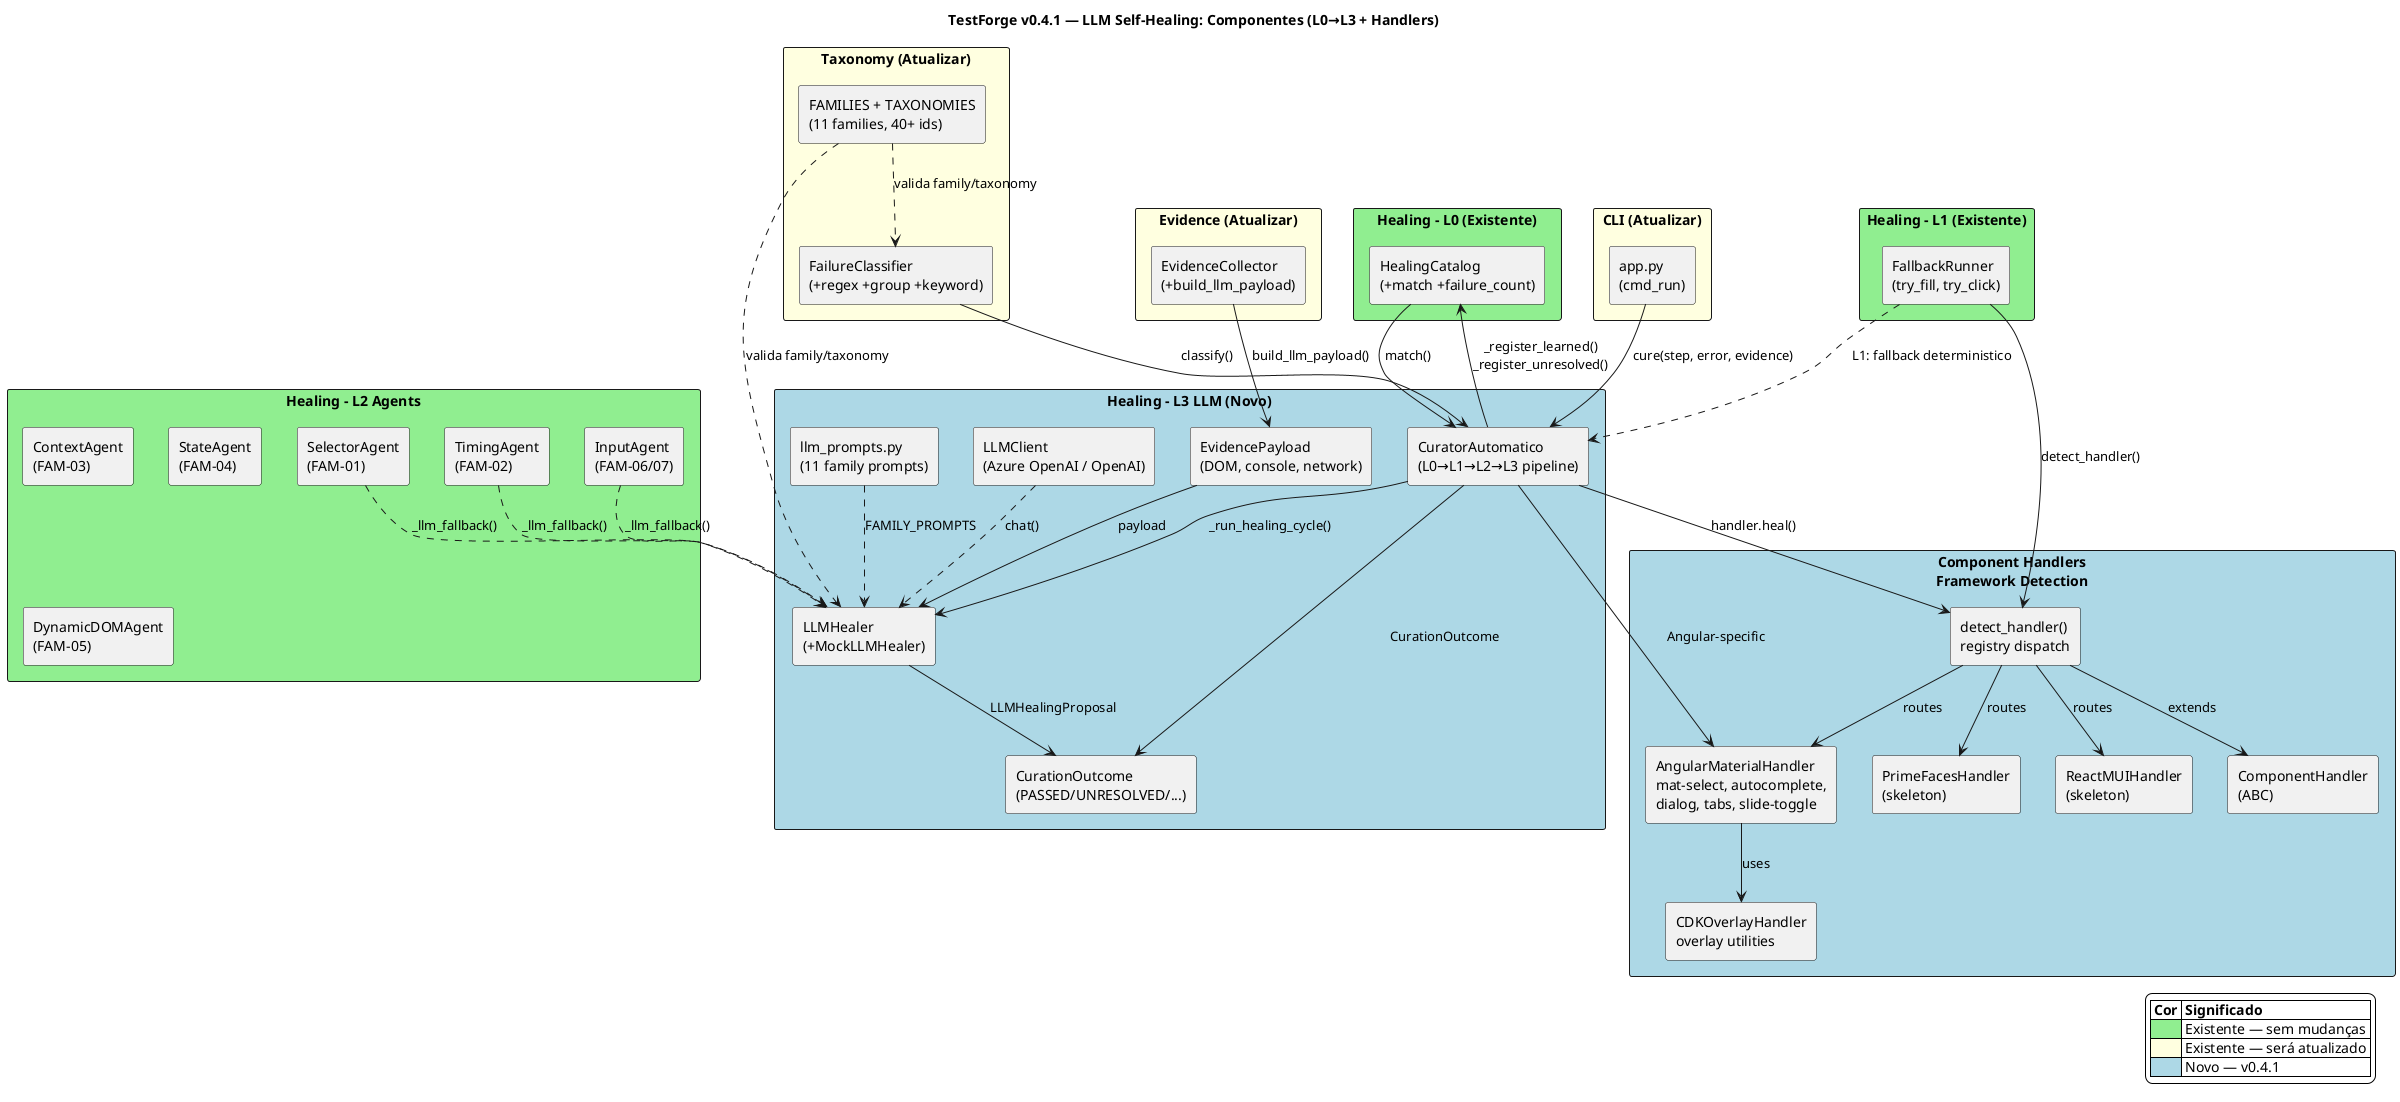
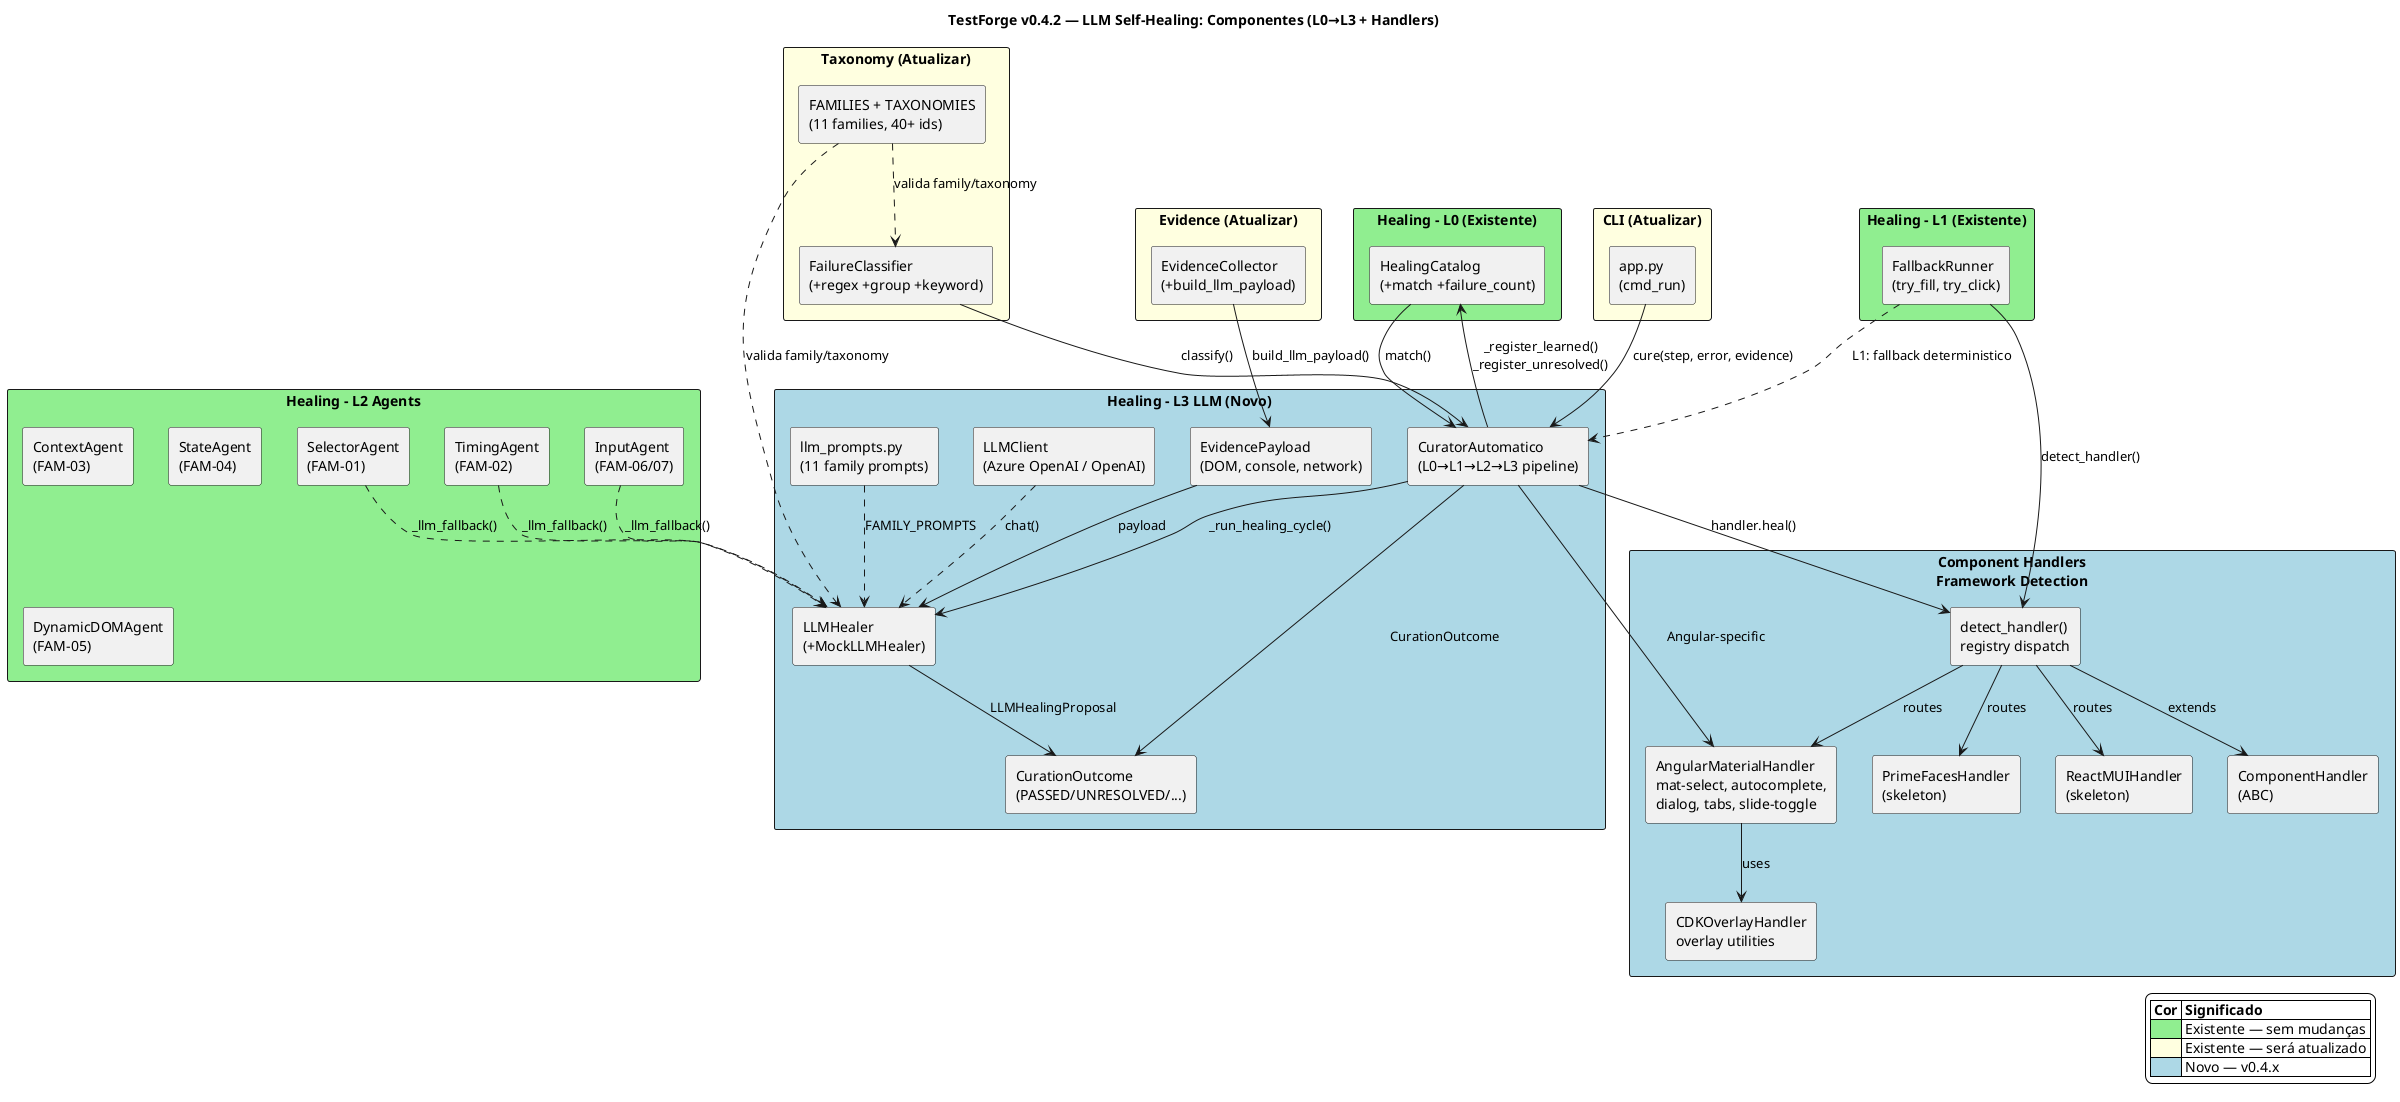
@startuml
- title TestForge v0.4.1 — LLM Self-Healing: Componentes (L0→L3 + Handlers)
+ title TestForge v0.4.2 — LLM Self-Healing: Componentes (L0→L3 + Handlers)

skinparam packageStyle rectangle
skinparam backgroundColor #FFFFFF
skinparam componentStyle rectangle

' === Módulos existentes (atualizados) ===

package "Taxonomy (Atualizar)" as taxonomy #LightYellow {
  [FailureClassifier\n(+regex +group +keyword)] as FC
  [FAMILIES + TAXONOMIES\n(11 families, 40+ ids)] as FT
}

package "Evidence (Atualizar)" as evidence #LightYellow {
  [EvidenceCollector\n(+build_llm_payload)] as EC
}

package "Healing - L0 (Existente)" as l0 #LightGreen {
  [HealingCatalog\n(+match +failure_count)] as HC
}

package "Healing - L1 (Existente)" as l1 #LightGreen {
  [FallbackRunner\n(try_fill, try_click)] as FR
}

' === Novos módulos L3 ===

package "Healing - L3 LLM (Novo)" as l3 #LightBlue {
  [LLMClient\n(Azure OpenAI / OpenAI)] as LClient
  [LLMHealer\n(+MockLLMHealer)] as LHealer
  [llm_prompts.py\n(11 family prompts)] as LPrompts
  [EvidencePayload\n(DOM, console, network)] as EPayload
  [CuratorAutomatico\n(L0→L1→L2→L3 pipeline)] as Curator
  [CurationOutcome\n(PASSED/UNRESOLVED/...)] as COutcome
}

' === Component Handlers ===

package "Component Handlers\nFramework Detection" as handlers #LightBlue {
  [ComponentHandler\n(ABC)] as BASE
  [AngularMaterialHandler\nmat-select, autocomplete,\ndialog, tabs, slide-toggle] as AMH
  [PrimeFacesHandler\n(skeleton)] as PFH
  [ReactMUIHandler\n(skeleton)] as RWH
  [CDKOverlayHandler\noverlay utilities] as COH
  [detect_handler()\nregistry dispatch] as DET
}

' === L2 Agents (Implementados) ===

package "Healing - L2 Agents" as l2 #LightGreen {
  [SelectorAgent\n(FAM-01)] as SA
  [TimingAgent\n(FAM-02)] as TA
  [InputAgent\n(FAM-06/07)] as IA
  [ContextAgent\n(FAM-03)] as CA
  [StateAgent\n(FAM-04)] as StA
  [DynamicDOMAgent\n(FAM-05)] as DA
}

' === CLI ===

package "CLI (Atualizar)" as cli #LightYellow {
  [app.py\n(cmd_run)] as CMD
}

' === Dependências ===

CMD -down-> Curator : "cure(step, error, evidence)"
LClient ..> LHealer : "chat()"

EC -down-> EPayload : "build_llm_payload()"
EPayload -down-> LHealer : "payload"
LPrompts ..> LHealer : "FAMILY_PROMPTS"
LHealer -down-> COutcome : "LLMHealingProposal"

FC -down-> Curator : "classify()"
HC -down-> Curator : "match()"
FT ..> FC : "valida family/taxonomy"
FT ..> LHealer : "valida family/taxonomy"

Curator -down-> HC : "_register_learned()\n_register_unresolved()"
Curator -down-> LHealer : "_run_healing_cycle()"
Curator -down-> COutcome : "CurationOutcome"

FR ..> Curator : "L1: fallback deterministico"

SA ..> LHealer : "_llm_fallback()"
TA ..> LHealer : "_llm_fallback()"
IA ..> LHealer : "_llm_fallback()"

' === Handler connections ===

DET -down-> BASE : extends
DET -down-> AMH : routes
DET -down-> PFH : routes
DET -down-> RWH : routes
AMH -down-> COH : uses
FR -down-> DET : detect_handler()
Curator -down-> DET : handler.heal()
Curator -down-> AMH : Angular-specific

' === Legend ===

legend right
  |= Cor |= Significado |
  | <#LightGreen> | Existente — sem mudanças |
  | <#LightYellow> | Existente — será atualizado |
-   | <#LightBlue> | Novo — v0.4.1 |
+   | <#LightBlue> | Novo — v0.4.x |
endlegend

@enduml
